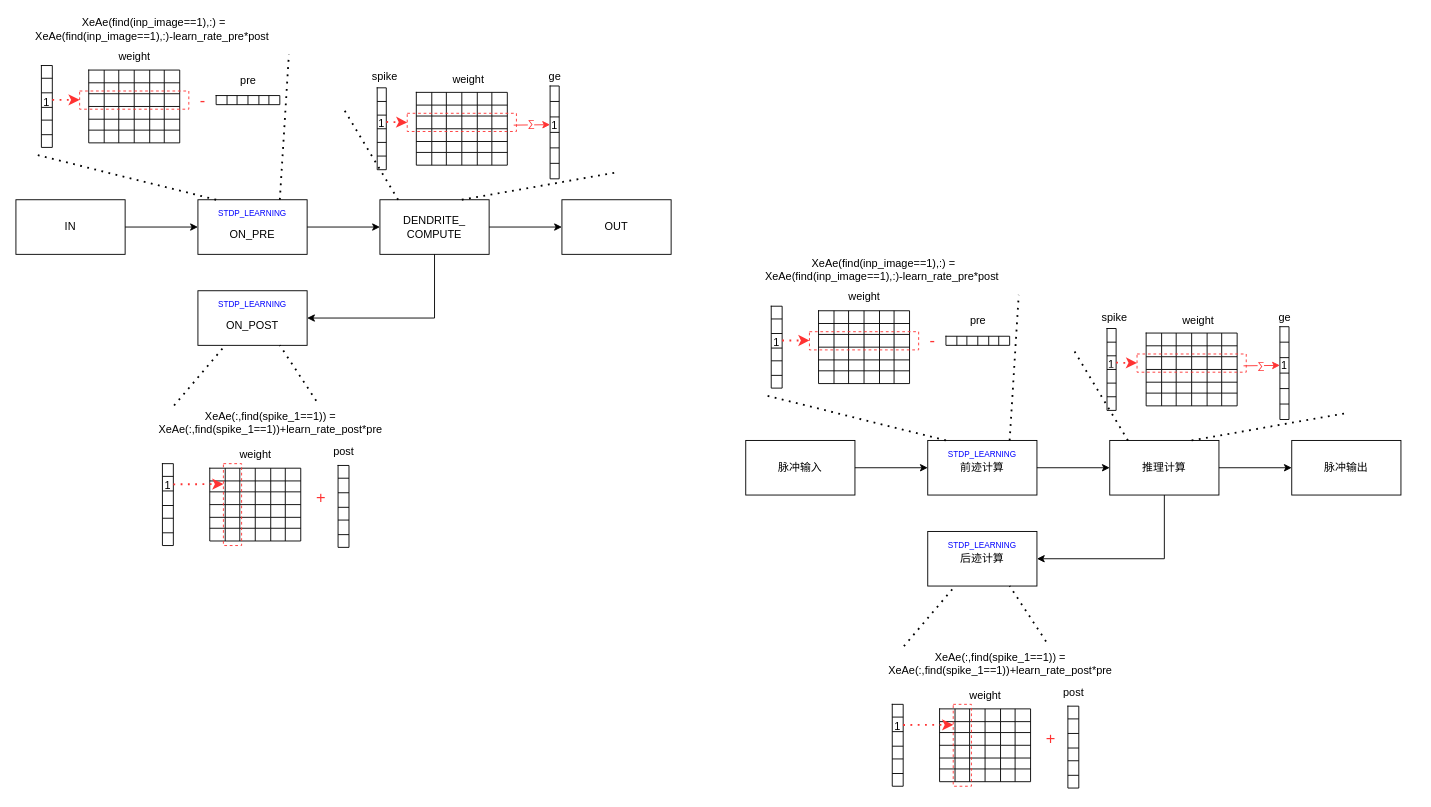
Above: 流程图.drawio in AQii77/drawio_SAVE (draw.io), before the change. Source tidied: cells renumbered, new cells numbered last; positions are measured from the earlier drawing's top-left corner, leaving out a move shared by most shapes. Both pictures are drawn from the tidied source at 91%, with x=0, y=0 at pixel (15, 15).
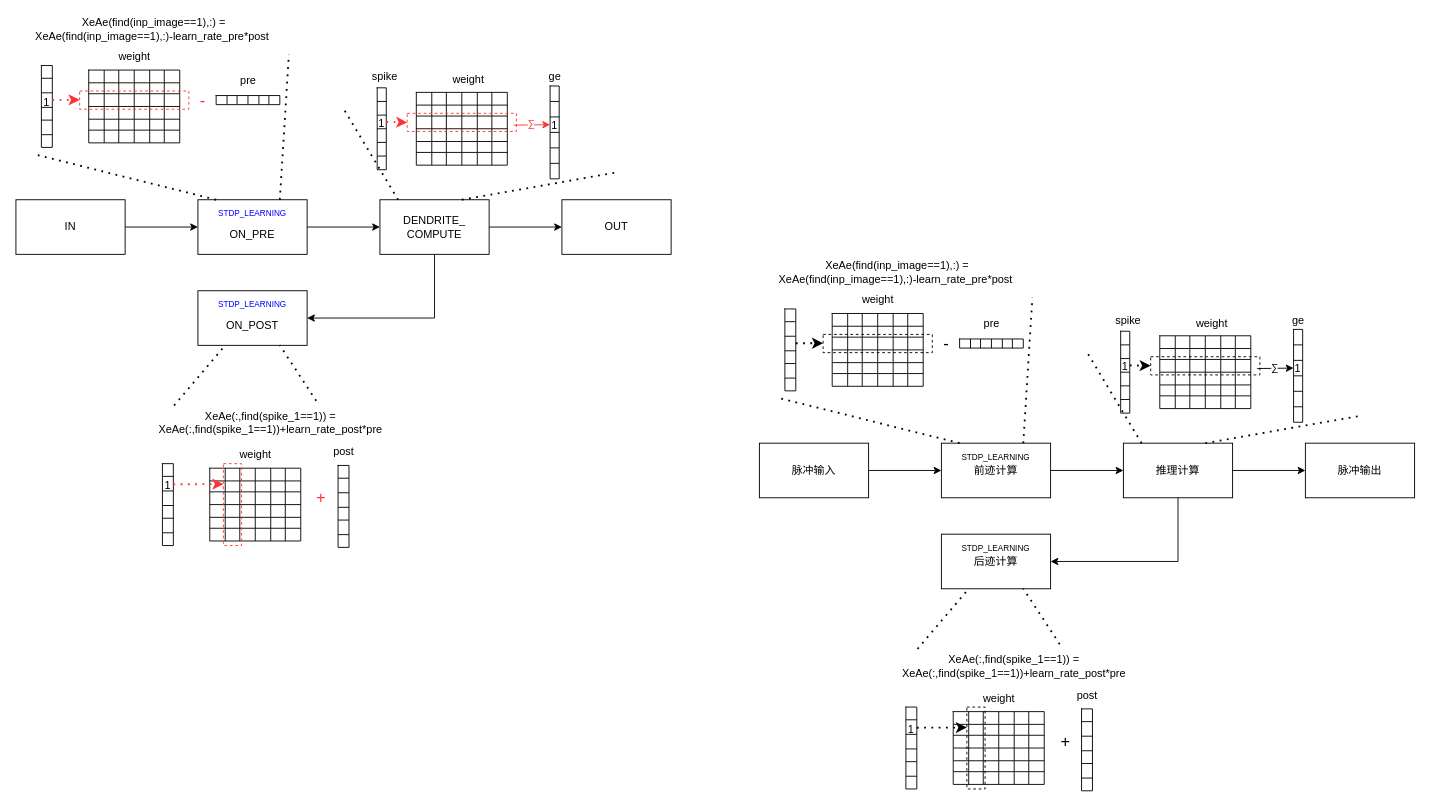
After the change.

Commit message:
更新流程图.drawio

Unchanged cells that the change refers to:
```xml
<mxCell id="317" style="shape=tableRow;horizontal=0;startSize=0;swimlaneHead=0;swimlaneBody=0;strokeColor=inherit;top=0;left=0;bottom=0;right=0;fillColor=none;" parent="312" vertex="1">
  <mxGeometry y="30" width="12" height="16" as="geometry" />
</mxCell>
<mxCell id="454" style="shape=tableRow;horizontal=0;startSize=0;swimlaneHead=0;swimlaneBody=0;strokeColor=inherit;top=0;left=0;bottom=0;right=0;fillColor=none;points=[[0,0.5],[1,0.5]];portConstraint=eastwest;" parent="449" vertex="1">
  <mxGeometry y="30" width="10" height="15" as="geometry" />
</mxCell>
<mxCell id="467" style="shape=tableRow;horizontal=0;startSize=0;swimlaneHead=0;swimlaneBody=0;strokeColor=inherit;top=0;left=0;bottom=0;right=0;fillColor=none;points=[[0,0.5],[1,0.5]];portConstraint=eastwest;" parent="462" vertex="1">
  <mxGeometry y="34" width="10" height="17" as="geometry" />
</mxCell>
```

Diff of the diagram source:
```diff
@@
-    <mxCell id="242" style="group;" parent="1" vertex="1">
-      <mxGeometry x="802" y="264" width="720" height="584.5" as="geometry" />
-    </mxCell>
-    <mxCell id="243" value="脉冲输入" style="rounded=0;whiteSpace=wrap;html=1;" parent="242" vertex="1">
-      <mxGeometry y="202.5" width="120" height="60" as="geometry" />
+    <mxCell id="243" value="脉冲输入" style="rounded=0;whiteSpace=wrap;html=1;" parent="1" vertex="1">
+      <mxGeometry x="817" y="469.5" width="120" height="60" as="geometry" />
     </mxCell>
-    <mxCell id="244" value="前迹计算" style="rounded=0;whiteSpace=wrap;html=1;" parent="242" vertex="1">
-      <mxGeometry x="200" y="202.5" width="120" height="60" as="geometry" />
+    <mxCell id="244" value="前迹计算" style="rounded=0;whiteSpace=wrap;html=1;" parent="1" vertex="1">
+      <mxGeometry x="1017" y="469.5" width="120" height="60" as="geometry" />
     </mxCell>
-    <mxCell id="245" style="edgeStyle=orthogonalEdgeStyle;rounded=0;jettySize=auto;html=1;" parent="242" edge="1" source="243" target="244">
+    <mxCell id="245" style="edgeStyle=orthogonalEdgeStyle;rounded=0;jettySize=auto;html=1;" parent="1" edge="1" source="243" target="244">
       <mxGeometry relative="1" as="geometry" />
     </mxCell>
-    <mxCell id="246" value="推理计算" style="rounded=0;whiteSpace=wrap;html=1;" parent="242" vertex="1">
-      <mxGeometry x="400" y="202.5" width="120" height="60" as="geometry" />
+    <mxCell id="246" value="推理计算" style="rounded=0;whiteSpace=wrap;html=1;" parent="1" vertex="1">
+      <mxGeometry x="1217" y="469.5" width="120" height="60" as="geometry" />
     </mxCell>
-    <mxCell id="247" style="edgeStyle=orthogonalEdgeStyle;rounded=0;jettySize=auto;html=1;" parent="242" edge="1" source="244" target="246">
+    <mxCell id="247" style="edgeStyle=orthogonalEdgeStyle;rounded=0;jettySize=auto;html=1;" parent="1" edge="1" source="244" target="246">
       <mxGeometry relative="1" as="geometry" />
     </mxCell>
-    <mxCell id="248" value="后迹计算" style="rounded=0;whiteSpace=wrap;html=1;" parent="242" vertex="1">
-      <mxGeometry x="200" y="302.5" width="120" height="60" as="geometry" />
+    <mxCell id="248" value="后迹计算" style="rounded=0;whiteSpace=wrap;html=1;" parent="1" vertex="1">
+      <mxGeometry x="1017" y="569.5" width="120" height="60" as="geometry" />
     </mxCell>
-    <mxCell id="249" style="edgeStyle=orthogonalEdgeStyle;rounded=0;jettySize=auto;html=1;" parent="242" edge="1" source="246" target="248">
+    <mxCell id="249" style="edgeStyle=orthogonalEdgeStyle;rounded=0;jettySize=auto;html=1;" parent="1" edge="1" source="246" target="248">
       <mxGeometry relative="1" as="geometry">
         <Array as="points">
-          <mxPoint x="460" y="332.5" />
+          <mxPoint x="1277" y="599.5" />
         </Array>
       </mxGeometry>
     </mxCell>
-    <mxCell id="250" value="脉冲输出" style="rounded=0;whiteSpace=wrap;html=1;" parent="242" vertex="1">
-      <mxGeometry x="600" y="202.5" width="120" height="60" as="geometry" />
+    <mxCell id="250" value="脉冲输出" style="rounded=0;whiteSpace=wrap;html=1;" parent="1" vertex="1">
+      <mxGeometry x="1417" y="469.5" width="120" height="60" as="geometry" />
     </mxCell>
-    <mxCell id="251" style="edgeStyle=orthogonalEdgeStyle;rounded=0;jettySize=auto;html=1;" parent="242" edge="1" source="246" target="250">
+    <mxCell id="251" style="edgeStyle=orthogonalEdgeStyle;rounded=0;jettySize=auto;html=1;" parent="1" edge="1" source="246" target="250">
       <mxGeometry relative="1" as="geometry" />
     </mxCell>
-    <mxCell id="252" value="STDP_LEARNING" style="text;html=1;strokeColor=none;fillColor=none;align=center;verticalAlign=middle;whiteSpace=wrap;rounded=0;fontSize=9;fontColor=#0000FF;" parent="242" vertex="1">
-      <mxGeometry x="230" y="202.5" width="60" height="30" as="geometry" />
+    <mxCell id="252" value="&lt;font color=&quot;#000000&quot;&gt;STDP_LEARNING&lt;/font&gt;" style="text;html=1;strokeColor=none;fillColor=none;align=center;verticalAlign=middle;whiteSpace=wrap;rounded=0;fontSize=9;fontColor=#0000FF;" parent="1" vertex="1">
+      <mxGeometry x="1047" y="469.5" width="60" height="30" as="geometry" />
     </mxCell>
-    <mxCell id="253" value="STDP_LEARNING" style="text;html=1;strokeColor=none;fillColor=none;align=center;verticalAlign=middle;whiteSpace=wrap;rounded=0;fontSize=9;fontColor=#0000FF;" parent="242" vertex="1">
-      <mxGeometry x="230" y="302.5" width="60" height="30" as="geometry" />
+    <mxCell id="253" value="&lt;font color=&quot;#000000&quot;&gt;STDP_LEARNING&lt;/font&gt;" style="text;html=1;strokeColor=none;fillColor=none;align=center;verticalAlign=middle;whiteSpace=wrap;rounded=0;fontSize=9;fontColor=#0000FF;" parent="1" vertex="1">
+      <mxGeometry x="1047" y="569.5" width="60" height="30" as="geometry" />
     </mxCell>
-    <mxCell id="254" style="endArrow=none;dashed=1;html=1;dashPattern=1 3;strokeWidth=2;rounded=0;" parent="242" edge="1">
+    <mxCell id="254" style="endArrow=none;dashed=1;html=1;dashPattern=1 3;strokeWidth=2;rounded=0;" parent="1" edge="1">
       <mxGeometry relative="1" as="geometry">
-        <mxPoint x="290" y="202.5" as="sourcePoint" />
-        <mxPoint x="300" y="42.5" as="targetPoint" />
+        <mxPoint x="1107" y="469.5" as="sourcePoint" />
+        <mxPoint x="1117" y="309.5" as="targetPoint" />
       </mxGeometry>
     </mxCell>
-    <mxCell id="255" style="endArrow=none;dashed=1;html=1;dashPattern=1 3;strokeWidth=2;rounded=0;" parent="242" edge="1">
+    <mxCell id="255" style="endArrow=none;dashed=1;html=1;dashPattern=1 3;strokeWidth=2;rounded=0;" parent="1" edge="1">
       <mxGeometry relative="1" as="geometry">
-        <mxPoint x="220" y="202.5" as="sourcePoint" />
-        <mxPoint x="20" y="152.5" as="targetPoint" />
+        <mxPoint x="1037" y="469.5" as="sourcePoint" />
+        <mxPoint x="837" y="419.5" as="targetPoint" />
       </mxGeometry>
     </mxCell>
-    <mxCell id="256" style="endArrow=none;dashed=1;html=1;dashPattern=1 3;strokeWidth=2;rounded=0;exitX=0.146;exitY=-0.13;exitDx=0;exitDy=0;exitPerimeter=0;" parent="242" edge="1" source="328">
+    <mxCell id="256" style="endArrow=none;dashed=1;html=1;dashPattern=1 3;strokeWidth=2;rounded=0;exitX=0.146;exitY=-0.13;exitDx=0;exitDy=0;exitPerimeter=0;" parent="1" edge="1" source="328">
       <mxGeometry relative="1" as="geometry">
-        <mxPoint x="230" y="362.5" as="targetPoint" />
+        <mxPoint x="1047" y="629.5" as="targetPoint" />
       </mxGeometry>
     </mxCell>
-    <mxCell id="257" style="endArrow=none;dashed=1;html=1;dashPattern=1 3;strokeWidth=2;rounded=0;" parent="242" edge="1">
+    <mxCell id="257" style="endArrow=none;dashed=1;html=1;dashPattern=1 3;strokeWidth=2;rounded=0;" parent="1" edge="1">
       <mxGeometry relative="1" as="geometry">
-        <mxPoint x="330" y="423.4" as="sourcePoint" />
-        <mxPoint x="290" y="362.5" as="targetPoint" />
+        <mxPoint x="1147" y="690.4" as="sourcePoint" />
+        <mxPoint x="1107" y="629.5" as="targetPoint" />
       </mxGeometry>
     </mxCell>
-    <mxCell id="258" value="&amp;nbsp;XeAe(find(inp_image==1),:) = XeAe(find(inp_image==1),:)-learn_rate_pre*post" style="text;html=1;strokeColor=none;fillColor=none;align=center;verticalAlign=middle;whiteSpace=wrap;rounded=0;" parent="242" vertex="1">
-      <mxGeometry width="300" height="30" as="geometry" />
+    <mxCell id="258" value="&amp;nbsp;XeAe(find(inp_image==1),:) = XeAe(find(inp_image==1),:)-learn_rate_pre*post" style="text;html=1;strokeColor=none;fillColor=none;align=center;verticalAlign=middle;whiteSpace=wrap;rounded=0;" parent="1" vertex="1">
+      <mxGeometry x="817" y="267" width="300" height="30" as="geometry" />
     </mxCell>
-    <mxCell id="259" style="shape=table;startSize=0;childLayout=tableLayout;" parent="242" vertex="1">
-      <mxGeometry x="220" y="88" width="70" height="10" as="geometry" />
+    <mxCell id="259" style="shape=table;startSize=0;childLayout=tableLayout;" parent="1" vertex="1">
+      <mxGeometry x="1037" y="355" width="70" height="10" as="geometry" />
     </mxCell>
@@
-    <mxCell id="267" style="shape=table;startSize=0;childLayout=tableLayout;" parent="242" vertex="1">
-      <mxGeometry x="80" y="60" width="100" height="80" as="geometry" />
+    <mxCell id="267" style="shape=table;startSize=0;childLayout=tableLayout;" parent="1" vertex="1">
+      <mxGeometry x="897" y="327" width="100" height="80" as="geometry" />
     </mxCell>
@@
-    <mxCell id="310" value="weight" style="text;html=1;align=center;verticalAlign=middle;strokeColor=none;fillColor=none;" parent="242" vertex="1">
-      <mxGeometry x="100" y="30" width="60" height="30" as="geometry" />
+    <mxCell id="310" value="weight" style="text;html=1;align=center;verticalAlign=middle;strokeColor=none;fillColor=none;" parent="1" vertex="1">
+      <mxGeometry x="917" y="297" width="60" height="30" as="geometry" />
     </mxCell>
-    <mxCell id="311" style="rounded=0;whiteSpace=wrap;html=1;dashed=1;fillColor=none;strokeColor=#FF3333;" parent="242" vertex="1">
-      <mxGeometry x="70" y="83" width="120" height="20" as="geometry" />
+    <mxCell id="311" style="rounded=0;whiteSpace=wrap;html=1;dashed=1;fillColor=none;strokeColor=#000000;" parent="1" vertex="1">
+      <mxGeometry x="887" y="350" width="120" height="20" as="geometry" />
     </mxCell>
-    <mxCell id="312" style="shape=table;startSize=0;childLayout=tableLayout;" parent="242" vertex="1">
-      <mxGeometry x="28" y="55" width="12" height="90" as="geometry" />
+    <mxCell id="312" style="shape=table;startSize=0;childLayout=tableLayout;" parent="1" vertex="1">
+      <mxGeometry x="845" y="322" width="12" height="90" as="geometry" />
     </mxCell>
@@
-    <mxCell id="318" value="1" style="shape=partialRectangle;html=1;whiteSpace=wrap;strokeColor=inherit;overflow=hidden;fillColor=none;top=0;left=0;bottom=0;right=0;" parent="317" vertex="1">
+    <mxCell id="318" style="shape=partialRectangle;html=1;whiteSpace=wrap;strokeColor=inherit;overflow=hidden;fillColor=none;top=0;left=0;bottom=0;right=0;" parent="317" vertex="1">
       <mxGeometry width="12" height="16" as="geometry" />
     </mxCell>
@@
-    <mxCell id="325" style="endArrow=classic;dashed=1;html=1;dashPattern=1 3;strokeWidth=2;rounded=0;endFill=1;strokeColor=#FF3333;" parent="242" edge="1">
+    <mxCell id="325" style="endArrow=classic;dashed=1;html=1;dashPattern=1 3;strokeWidth=2;rounded=0;endFill=1;strokeColor=#000000;" parent="1" edge="1">
       <mxGeometry relative="1" as="geometry">
-        <mxPoint x="40" y="92.7" as="sourcePoint" />
-        <mxPoint x="70" y="92.7" as="targetPoint" />
+        <mxPoint x="857" y="359.7" as="sourcePoint" />
+        <mxPoint x="887" y="359.7" as="targetPoint" />
       </mxGeometry>
     </mxCell>
-    <mxCell id="326" value="pre" style="text;html=1;align=center;verticalAlign=middle;strokeColor=none;fillColor=none;" parent="242" vertex="1">
-      <mxGeometry x="235" y="56" width="40" height="30" as="geometry" />
+    <mxCell id="326" value="pre" style="text;html=1;align=center;verticalAlign=middle;strokeColor=none;fillColor=none;" parent="1" vertex="1">
+      <mxGeometry x="1052" y="323" width="40" height="30" as="geometry" />
     </mxCell>
-    <mxCell id="327" value="&lt;font color=&quot;#ff3333&quot; style=&quot;font-size: 18px;&quot;&gt;-&lt;/font&gt;" style="text;html=1;align=center;verticalAlign=middle;strokeColor=none;fillColor=none;" parent="242" vertex="1">
-      <mxGeometry x="190" y="73" width="30" height="40" as="geometry" />
+    <mxCell id="327" value="&lt;font style=&quot;font-size: 18px;&quot;&gt;-&lt;/font&gt;" style="text;html=1;align=center;verticalAlign=middle;strokeColor=none;fillColor=none;" parent="1" vertex="1">
+      <mxGeometry x="1010" y="343" width="24" height="34" as="geometry" />
     </mxCell>
-    <mxCell id="328" value="XeAe(:,find(spike_1==1)) = XeAe(:,find(spike_1==1))+learn_rate_post*pre" style="text;html=1;strokeColor=none;fillColor=none;align=center;verticalAlign=middle;whiteSpace=wrap;rounded=0;" parent="242" vertex="1">
-      <mxGeometry x="130" y="432.5" width="300" height="30" as="geometry" />
+    <mxCell id="328" value="XeAe(:,find(spike_1==1)) = XeAe(:,find(spike_1==1))+learn_rate_post*pre" style="text;html=1;strokeColor=none;fillColor=none;align=center;verticalAlign=middle;whiteSpace=wrap;rounded=0;" parent="1" vertex="1">
+      <mxGeometry x="947" y="699.5" width="300" height="30" as="geometry" />
     </mxCell>
-    <mxCell id="329" style="shape=table;startSize=0;childLayout=tableLayout;" parent="242" vertex="1">
-      <mxGeometry x="213" y="497.5" width="100" height="80" as="geometry" />
+    <mxCell id="329" style="shape=table;startSize=0;childLayout=tableLayout;" parent="1" vertex="1">
+      <mxGeometry x="1030" y="764.5" width="100" height="80" as="geometry" />
     </mxCell>
@@
-    <mxCell id="372" value="weight" style="text;html=1;align=center;verticalAlign=middle;strokeColor=none;fillColor=none;" parent="242" vertex="1">
-      <mxGeometry x="233" y="467.5" width="60" height="30" as="geometry" />
+    <mxCell id="372" value="weight" style="text;html=1;align=center;verticalAlign=middle;strokeColor=none;fillColor=none;" parent="1" vertex="1">
+      <mxGeometry x="1050" y="734.5" width="60" height="30" as="geometry" />
     </mxCell>
-    <mxCell id="373" style="rounded=0;whiteSpace=wrap;html=1;dashed=1;fillColor=none;strokeColor=#FF3333;" parent="242" vertex="1">
-      <mxGeometry x="228" y="492.5" width="20" height="90" as="geometry" />
+    <mxCell id="373" style="rounded=0;whiteSpace=wrap;html=1;dashed=1;fillColor=none;strokeColor=#000000;" parent="1" vertex="1">
+      <mxGeometry x="1045" y="759.5" width="20" height="90" as="geometry" />
     </mxCell>
-    <mxCell id="374" style="shape=table;startSize=0;childLayout=tableLayout;" parent="242" vertex="1">
-      <mxGeometry x="161" y="492.5" width="12" height="90" as="geometry" />
+    <mxCell id="374" style="shape=table;startSize=0;childLayout=tableLayout;" parent="1" vertex="1">
+      <mxGeometry x="978" y="759.5" width="12" height="90" as="geometry" />
     </mxCell>
@@
-    <mxCell id="387" style="endArrow=classic;dashed=1;html=1;dashPattern=1 3;strokeWidth=2;rounded=0;endFill=1;strokeColor=#FF3333;entryX=0;entryY=0.25;entryDx=0;entryDy=0;" parent="242" edge="1" target="373">
+    <mxCell id="387" style="endArrow=classic;dashed=1;html=1;dashPattern=1 3;strokeWidth=2;rounded=0;endFill=1;strokeColor=#000000;entryX=0;entryY=0.25;entryDx=0;entryDy=0;" parent="1" edge="1" target="373">
       <mxGeometry relative="1" as="geometry">
-        <mxPoint x="173" y="515.2" as="sourcePoint" />
+        <mxPoint x="990" y="782.2" as="sourcePoint" />
       </mxGeometry>
     </mxCell>
-    <mxCell id="388" value="post" style="text;html=1;align=center;verticalAlign=middle;strokeColor=none;fillColor=none;" parent="242" vertex="1">
-      <mxGeometry x="335" y="464.5" width="50" height="30" as="geometry" />
+    <mxCell id="388" value="post" style="text;html=1;align=center;verticalAlign=middle;strokeColor=none;fillColor=none;" parent="1" vertex="1">
+      <mxGeometry x="1152" y="731.5" width="50" height="30" as="geometry" />
     </mxCell>
-    <mxCell id="389" value="&lt;font color=&quot;#ff3333&quot;&gt;&lt;span style=&quot;font-size: 18px;&quot;&gt;+&lt;/span&gt;&lt;/font&gt;" style="text;html=1;align=center;verticalAlign=middle;strokeColor=none;fillColor=none;" parent="242" vertex="1">
-      <mxGeometry x="320" y="510.5" width="30" height="40" as="geometry" />
+    <mxCell id="389" value="&lt;span style=&quot;font-size: 18px;&quot;&gt;+&lt;/span&gt;" style="text;html=1;align=center;verticalAlign=middle;strokeColor=none;fillColor=none;" parent="1" vertex="1">
+      <mxGeometry x="1138" y="780.5" width="29" height="34" as="geometry" />
     </mxCell>
-    <mxCell id="390" style="shape=table;startSize=0;childLayout=tableLayout;" parent="242" vertex="1">
-      <mxGeometry x="354" y="494.5" width="12" height="90" as="geometry" />
+    <mxCell id="390" style="shape=table;startSize=0;childLayout=tableLayout;" parent="1" vertex="1">
+      <mxGeometry x="1171" y="761.5" width="12" height="90" as="geometry" />
     </mxCell>
@@
-    <mxCell id="403" style="shape=partialRectangle;html=1;whiteSpace=wrap;strokeColor=inherit;overflow=hidden;fillColor=none;top=0;left=0;bottom=0;right=0;" parent="242" vertex="1">
-      <mxGeometry x="575" y="112.5" width="12" height="10" as="geometry" />
+    <mxCell id="403" style="shape=partialRectangle;html=1;whiteSpace=wrap;strokeColor=inherit;overflow=hidden;fillColor=none;top=0;left=0;bottom=0;right=0;" parent="1" vertex="1">
+      <mxGeometry x="1392" y="379.5" width="12" height="10" as="geometry" />
     </mxCell>
-    <mxCell id="404" style="shape=table;startSize=0;childLayout=tableLayout;" parent="242" vertex="1">
-      <mxGeometry x="440" y="84.5" width="100" height="80" as="geometry" />
+    <mxCell id="404" style="shape=table;startSize=0;childLayout=tableLayout;" parent="1" vertex="1">
+      <mxGeometry x="1257" y="351.5" width="100" height="80" as="geometry" />
     </mxCell>
@@
-    <mxCell id="447" value="weight" style="text;html=1;align=center;verticalAlign=middle;strokeColor=none;fillColor=none;" parent="242" vertex="1">
-      <mxGeometry x="467" y="55.5" width="60" height="30" as="geometry" />
+    <mxCell id="447" value="weight" style="text;html=1;align=center;verticalAlign=middle;strokeColor=none;fillColor=none;" parent="1" vertex="1">
+      <mxGeometry x="1284" y="322.5" width="60" height="30" as="geometry" />
     </mxCell>
-    <mxCell id="448" style="rounded=0;whiteSpace=wrap;html=1;dashed=1;fillColor=none;strokeColor=#FF3333;" parent="242" vertex="1">
-      <mxGeometry x="430" y="107.5" width="120" height="20" as="geometry" />
+    <mxCell id="448" style="rounded=0;whiteSpace=wrap;html=1;dashed=1;fillColor=none;strokeColor=#000000;" parent="1" vertex="1">
+      <mxGeometry x="1247" y="374.5" width="120" height="20" as="geometry" />
     </mxCell>
-    <mxCell id="449" style="shape=table;startSize=0;childLayout=tableLayout;" parent="242" vertex="1">
-      <mxGeometry x="397" y="79.5" width="10" height="90" as="geometry" />
+    <mxCell id="449" style="shape=table;startSize=0;childLayout=tableLayout;" parent="1" vertex="1">
+      <mxGeometry x="1214" y="346.5" width="10" height="90" as="geometry" />
     </mxCell>
@@
-    <mxCell id="462" style="shape=table;startSize=0;childLayout=tableLayout;" parent="242" vertex="1">
-      <mxGeometry x="587" y="77.5" width="10" height="102" as="geometry" />
+    <mxCell id="462" style="shape=table;startSize=0;childLayout=tableLayout;" parent="1" vertex="1">
+      <mxGeometry x="1404" y="344.5" width="10" height="102" as="geometry" />
     </mxCell>
@@
-    <mxCell id="475" style="endArrow=classic;html=1;rounded=0;entryX=0;entryY=0.5;entryDx=0;entryDy=0;strokeColor=#FF3333;" parent="242" edge="1" target="467">
+    <mxCell id="475" style="endArrow=classic;html=1;rounded=0;entryX=0;entryY=0.5;entryDx=0;entryDy=0;strokeColor=#000000;" parent="1" edge="1" target="467">
       <mxGeometry relative="1" as="geometry">
-        <mxPoint x="547" y="120.5" as="sourcePoint" />
+        <mxPoint x="1364" y="387.5" as="sourcePoint" />
       </mxGeometry>
     </mxCell>
-    <mxCell id="476" value="∑" style="edgeLabel;html=1;align=center;verticalAlign=middle;fontColor=#FF3333;" parent="475" vertex="1">
+    <mxCell id="476" value="&lt;font color=&quot;#000000&quot;&gt;∑&lt;/font&gt;" style="edgeLabel;html=1;align=center;verticalAlign=middle;fontColor=#FF3333;" parent="475" vertex="1">
       <mxGeometry x="-0.4" relative="1" as="geometry">
         <mxPoint x="7" y="-1" as="offset" />
       </mxGeometry>
     </mxCell>
-    <mxCell id="477" style="endArrow=classic;dashed=1;html=1;dashPattern=1 3;strokeWidth=2;rounded=0;exitX=1;exitY=0.5;exitDx=0;exitDy=0;entryX=0;entryY=0.5;entryDx=0;entryDy=0;endFill=1;strokeColor=#FF3333;" parent="242" edge="1" source="454" target="448">
+    <mxCell id="477" style="endArrow=classic;dashed=1;html=1;dashPattern=1 3;strokeWidth=2;rounded=0;exitX=1;exitY=0.5;exitDx=0;exitDy=0;entryX=0;entryY=0.5;entryDx=0;entryDy=0;endFill=1;strokeColor=#000000;" parent="1" edge="1" source="454" target="448">
       <mxGeometry relative="1" as="geometry" />
     </mxCell>
-    <mxCell id="478" value="spike" style="text;html=1;align=center;verticalAlign=middle;strokeColor=none;fillColor=none;" parent="242" vertex="1">
-      <mxGeometry x="380" y="52.5" width="50" height="30" as="geometry" />
+    <mxCell id="478" value="spike" style="text;html=1;align=center;verticalAlign=middle;strokeColor=none;fillColor=none;" parent="1" vertex="1">
+      <mxGeometry x="1197" y="319.5" width="50" height="30" as="geometry" />
     </mxCell>
-    <mxCell id="479" value="ge" style="text;html=1;align=center;verticalAlign=middle;strokeColor=none;fillColor=none;" parent="242" vertex="1">
-      <mxGeometry x="572" y="52.5" width="40" height="30" as="geometry" />
+    <mxCell id="479" value="ge" style="text;html=1;align=center;verticalAlign=middle;strokeColor=none;fillColor=none;" parent="1" vertex="1">
+      <mxGeometry x="1389" y="319.5" width="40" height="30" as="geometry" />
     </mxCell>
-    <mxCell id="480" style="endArrow=none;dashed=1;html=1;dashPattern=1 3;strokeWidth=2;rounded=0;" parent="242" edge="1">
+    <mxCell id="480" style="endArrow=none;dashed=1;html=1;dashPattern=1 3;strokeWidth=2;rounded=0;" parent="1" edge="1">
       <mxGeometry relative="1" as="geometry">
-        <mxPoint x="420" y="202.5" as="sourcePoint" />
-        <mxPoint x="360" y="102.5" as="targetPoint" />
+        <mxPoint x="1237" y="469.5" as="sourcePoint" />
+        <mxPoint x="1177" y="369.5" as="targetPoint" />
       </mxGeometry>
     </mxCell>
-    <mxCell id="481" style="endArrow=none;dashed=1;html=1;dashPattern=1 3;strokeWidth=2;rounded=0;" parent="242" edge="1">
+    <mxCell id="481" style="endArrow=none;dashed=1;html=1;dashPattern=1 3;strokeWidth=2;rounded=0;" parent="1" edge="1">
       <mxGeometry relative="1" as="geometry">
-        <mxPoint x="490" y="202.5" as="sourcePoint" />
-        <mxPoint x="660" y="172.5" as="targetPoint" />
+        <mxPoint x="1307" y="469.5" as="sourcePoint" />
+        <mxPoint x="1477" y="439.5" as="targetPoint" />
       </mxGeometry>
     </mxCell>
```
